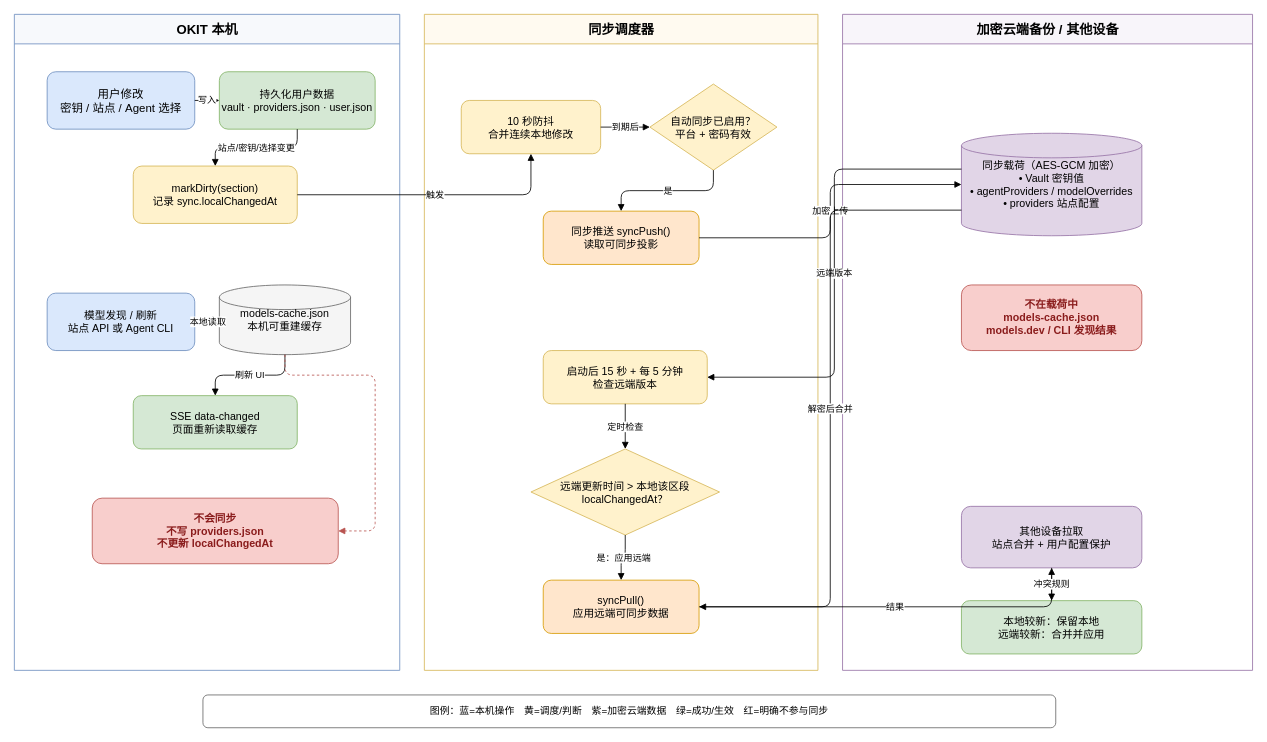
This is docs/architecture/sync-lifecycle.drawio from Cing-self/modelswap, a draw.io file, before an edit. Source tidied: cells renumbered, new cells numbered last; positions are measured from the earlier drawing's top-left corner, leaving out a move shared by most shapes. Both pictures are drawn from the tidied source at 82%, with x=0, y=0 at pixel (14, 14).
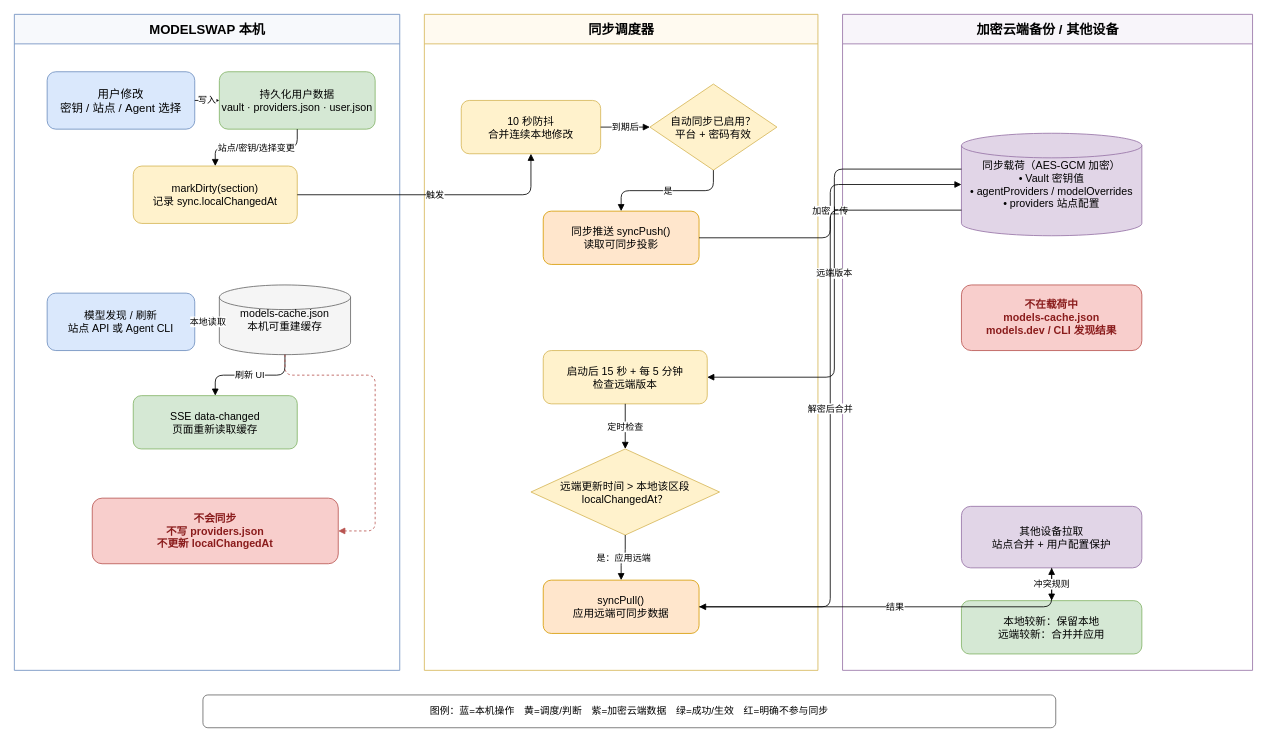
Above is the later version.

Diff of the diagram source:
```diff
@@
-    <mxCell id="2" value="OKIT 本机" style="swimlane;html=1;startSize=36;horizontal=1;fillColor=#f7f9fc;strokeColor=#6c8ebf;fontStyle=1;fontSize=16;" parent="1" vertex="1">
+    <mxCell id="2" value="MODELSWAP 本机" style="swimlane;html=1;startSize=36;horizontal=1;fillColor=#f7f9fc;strokeColor=#6c8ebf;fontStyle=1;fontSize=16;" parent="1" vertex="1">
       <mxGeometry width="470" height="800" as="geometry" />
     </mxCell>
```
